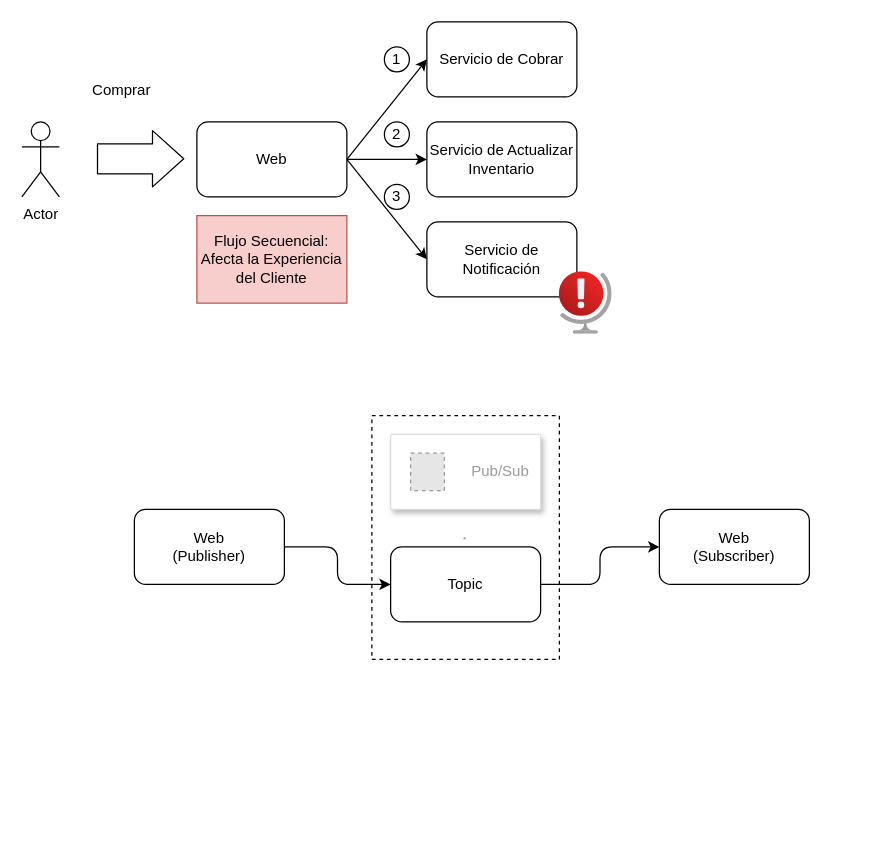
Above: Lab-03/Lab03-Architecture.drawio in mleyvag/labs-multicloud-architecture-patterns (draw.io), before the change. Source tidied: cells renumbered, new cells numbered last; positions are measured from the earlier drawing's top-left corner, leaving out a move shared by most shapes. Both pictures are drawn from the tidied source at 125%, with x=0, y=0 at pixel (21, 21). Pictures stored in the file or linked from it are replaced by grey dashed boxes.
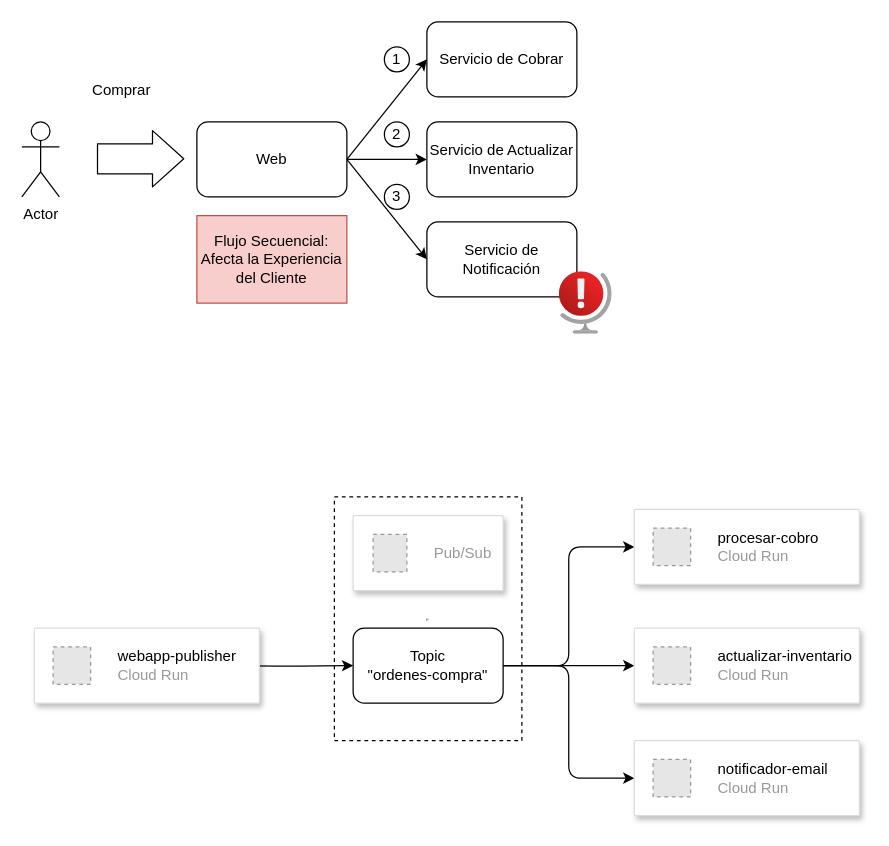
After the change.

What changed in the source:
```diff
@@
-    <mxCell id="17" value="Web&lt;br&gt;(Publisher)" style="rounded=1;whiteSpace=wrap;html=1;" parent="1" vertex="1">
-      <mxGeometry x="90" y="390" width="120" height="60" as="geometry" />
-    </mxCell>
     <mxCell id="18" value="&lt;hr&gt;" style="rounded=0;whiteSpace=wrap;html=1;dashed=1;" parent="1" vertex="1">
-      <mxGeometry x="280" y="315" width="150" height="195" as="geometry" />
+      <mxGeometry x="250" y="380" width="150" height="195" as="geometry" />
     </mxCell>
     <mxCell id="19" style="strokeColor=#dddddd;shadow=1;strokeWidth=1;rounded=1;absoluteArcSize=1;arcSize=2;" parent="1" vertex="1">
-      <mxGeometry x="295" y="330" width="120" height="60" as="geometry" />
+      <mxGeometry x="265" y="395" width="120" height="60" as="geometry" />
     </mxCell>
@@
-    <mxCell id="21" style="edgeStyle=orthogonalEdgeStyle;html=1;entryX=0;entryY=0.5;entryDx=0;entryDy=0;exitX=1;exitY=0.5;exitDx=0;exitDy=0;" parent="1" edge="1" source="22" target="24">
+    <mxCell id="21" style="edgeStyle=orthogonalEdgeStyle;html=1;entryX=0;entryY=0.5;entryDx=0;entryDy=0;exitX=1;exitY=0.5;exitDx=0;exitDy=0;" parent="1" edge="1" source="22" target="27">
       <mxGeometry relative="1" as="geometry" />
     </mxCell>
+    <mxCell id="25" style="edgeStyle=orthogonalEdgeStyle;html=1;entryX=0;entryY=0.5;entryDx=0;entryDy=0;" parent="1" edge="1" source="22" target="29">
+      <mxGeometry relative="1" as="geometry" />
+    </mxCell>
+    <mxCell id="26" style="edgeStyle=orthogonalEdgeStyle;html=1;entryX=0;entryY=0.5;entryDx=0;entryDy=0;" parent="1" edge="1" source="22" target="33">
+      <mxGeometry relative="1" as="geometry" />
+    </mxCell>
-    <mxCell id="22" value="Topic" style="rounded=1;whiteSpace=wrap;html=1;" parent="1" vertex="1">
-      <mxGeometry x="295" y="420" width="120" height="60" as="geometry" />
+    <mxCell id="22" value="Topic&lt;br&gt;&quot;ordenes-compra&quot;" style="rounded=1;whiteSpace=wrap;html=1;" parent="1" vertex="1">
+      <mxGeometry x="265" y="485" width="120" height="60" as="geometry" />
     </mxCell>
-    <mxCell id="23" style="edgeStyle=orthogonalEdgeStyle;html=1;entryX=0;entryY=0.5;entryDx=0;entryDy=0;" parent="1" edge="1" source="17" target="22">
-      <mxGeometry relative="1" as="geometry" />
+    <mxCell id="23" style="edgeStyle=orthogonalEdgeStyle;html=1;entryX=0;entryY=0.5;entryDx=0;entryDy=0;" parent="1" edge="1" target="22">
+      <mxGeometry relative="1" as="geometry">
+        <mxPoint x="160" y="515" as="sourcePoint" />
+      </mxGeometry>
     </mxCell>
-    <mxCell id="24" value="Web&lt;br&gt;(Subscriber)" style="rounded=1;whiteSpace=wrap;html=1;" parent="1" vertex="1">
-      <mxGeometry x="510" y="390" width="120" height="60" as="geometry" />
-    </mxCell>
+    <mxCell id="27" style="strokeColor=#dddddd;shadow=1;strokeWidth=1;rounded=1;absoluteArcSize=1;arcSize=2;" parent="1" vertex="1">
+      <mxGeometry x="490" y="390" width="180" height="60" as="geometry" />
+    </mxCell>
+    <mxCell id="28" value="&lt;font color=&quot;#000000&quot;&gt;procesar-cobro&lt;/font&gt;&lt;br&gt;Cloud Run" style="fillColor=#E6E6E6;strokeColor=#999999;dashed=1;html=1;fontColor=#999999;verticalLabelPosition=middle;verticalAlign=middle;labelPosition=right;align=left;spacingLeft=20;" parent="27" vertex="1">
+      <mxGeometry width="30" height="30" relative="1" as="geometry">
+        <mxPoint x="15" y="15" as="offset" />
+      </mxGeometry>
+    </mxCell>
+    <mxCell id="29" style="strokeColor=#dddddd;shadow=1;strokeWidth=1;rounded=1;absoluteArcSize=1;arcSize=2;" parent="1" vertex="1">
+      <mxGeometry x="490" y="575" width="180" height="60" as="geometry" />
+    </mxCell>
+    <mxCell id="30" value="&lt;font color=&quot;#000000&quot;&gt;notificador-email&lt;/font&gt;&lt;br&gt;Cloud Run" style="fillColor=#E6E6E6;strokeColor=#999999;dashed=1;html=1;fontColor=#999999;verticalLabelPosition=middle;verticalAlign=middle;labelPosition=right;align=left;spacingLeft=20;" parent="29" vertex="1">
+      <mxGeometry width="30" height="30" relative="1" as="geometry">
+        <mxPoint x="15" y="15" as="offset" />
+      </mxGeometry>
+    </mxCell>
+    <mxCell id="31" style="strokeColor=#dddddd;shadow=1;strokeWidth=1;rounded=1;absoluteArcSize=1;arcSize=2;" parent="1" vertex="1">
+      <mxGeometry x="10" y="485" width="180" height="60" as="geometry" />
+    </mxCell>
+    <mxCell id="32" value="&lt;font color=&quot;#000000&quot;&gt;webapp-publisher&lt;br&gt;&lt;/font&gt;Cloud Run" style="fillColor=#E6E6E6;strokeColor=#999999;dashed=1;html=1;fontColor=#999999;verticalLabelPosition=middle;verticalAlign=middle;labelPosition=right;align=left;spacingLeft=20;" parent="31" vertex="1">
+      <mxGeometry width="30" height="30" relative="1" as="geometry">
+        <mxPoint x="15" y="15" as="offset" />
+      </mxGeometry>
+    </mxCell>
+    <mxCell id="33" style="strokeColor=#dddddd;shadow=1;strokeWidth=1;rounded=1;absoluteArcSize=1;arcSize=2;" parent="1" vertex="1">
+      <mxGeometry x="490" y="485" width="180" height="60" as="geometry" />
+    </mxCell>
+    <mxCell id="34" value="&lt;font color=&quot;#000000&quot;&gt;actualizar-inventario&lt;/font&gt;&lt;br&gt;Cloud Run" style="fillColor=#E6E6E6;strokeColor=#999999;dashed=1;html=1;fontColor=#999999;verticalLabelPosition=middle;verticalAlign=middle;labelPosition=right;align=left;spacingLeft=20;" parent="33" vertex="1">
+      <mxGeometry width="30" height="30" relative="1" as="geometry">
+        <mxPoint x="15" y="15" as="offset" />
+      </mxGeometry>
+    </mxCell>
```
